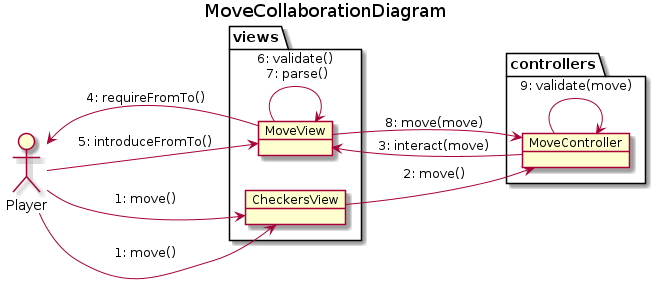
Before: docs/output/analysis/use-cases/MoveCollaborationDiagram.png, a diagram exported from PlantUML (Master-Desarrollo-20-21/patrones-diseno---practica-final---juego-de-las-damas-fraylopez).
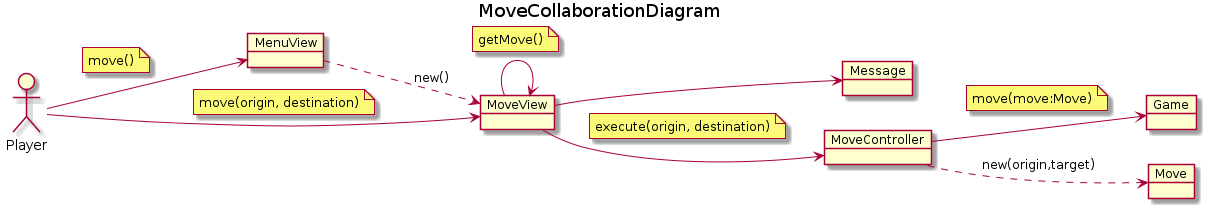
The same diagram one commit later.

Diff of the diagram source:
```diff
@@ -3,32 +3,43 @@
 left to right direction
 
 allow_mixing
+left to right direction
+actor Player
+object MenuView
+object MoveView
+object Message
+object MoveController
+object Game
+object Move
 
-actor Player
-package views  {
+Player --> MenuView
+note on link
+    move()
+end note
+MenuView ..> MoveView : new()
 
-    object  CheckersView{
+Player --> MoveView
+note on link
+    move(origin, destination)
+end note
 
-    }
-    object  MoveView{
+MoveView --> MoveView
+note on link
+    getMove()
+end note
 
-    }
-}
-package controllers  {
+MoveView --> MoveController
+note on link
+    execute(origin, destination)
+end note
 
-    object  MoveController{
+MoveView --> Message
 
-    }
-}
 
-Player --> CheckersView : \n1: move()
+MoveController --> Game
+note on link
+    move(move:Move)
+end note
 
-Player --> CheckersView : \n1: move()
-CheckersView --> MoveController : 2: move()
-MoveController --> MoveView : 3: interact(move)
-MoveView --> Player : 4: requireFromTo()
-Player --> MoveView : 5: introduceFromTo()
-MoveView -> MoveView : 6: validate()\n 7: parse()
-MoveView --> MoveController : 8: move(move)
-MoveController -> MoveController : 9: validate(move)
+MoveController ..> Move : new(origin,target)
 @enduml
```
